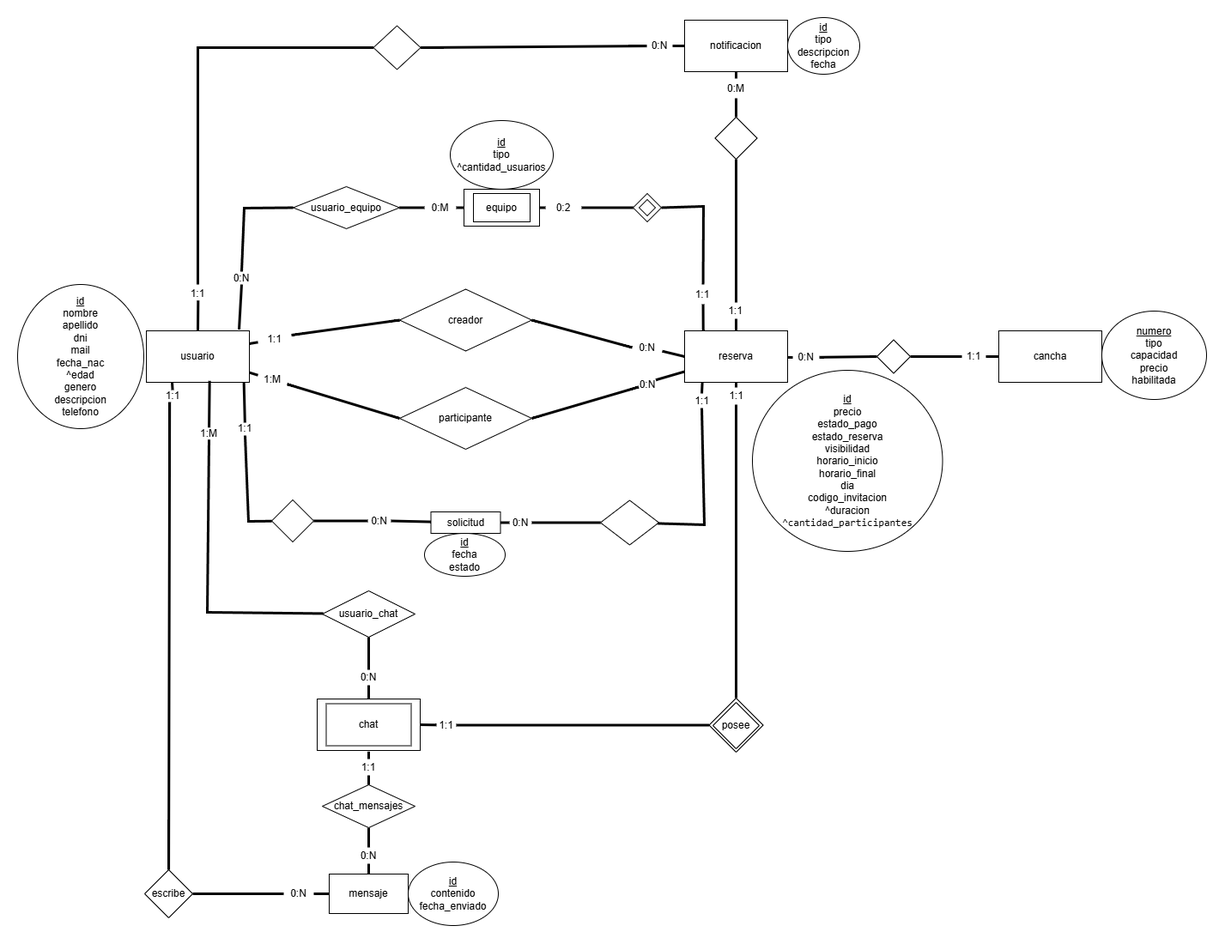
Before: MODELODDSF.png, a diagram exported from draw.io (juanpablovilla2006/Doble-Cinco). Source tidied: cells renumbered, new cells last; positions are measured from the earlier drawing's top-left corner, leaving out a move shared by most shapes.
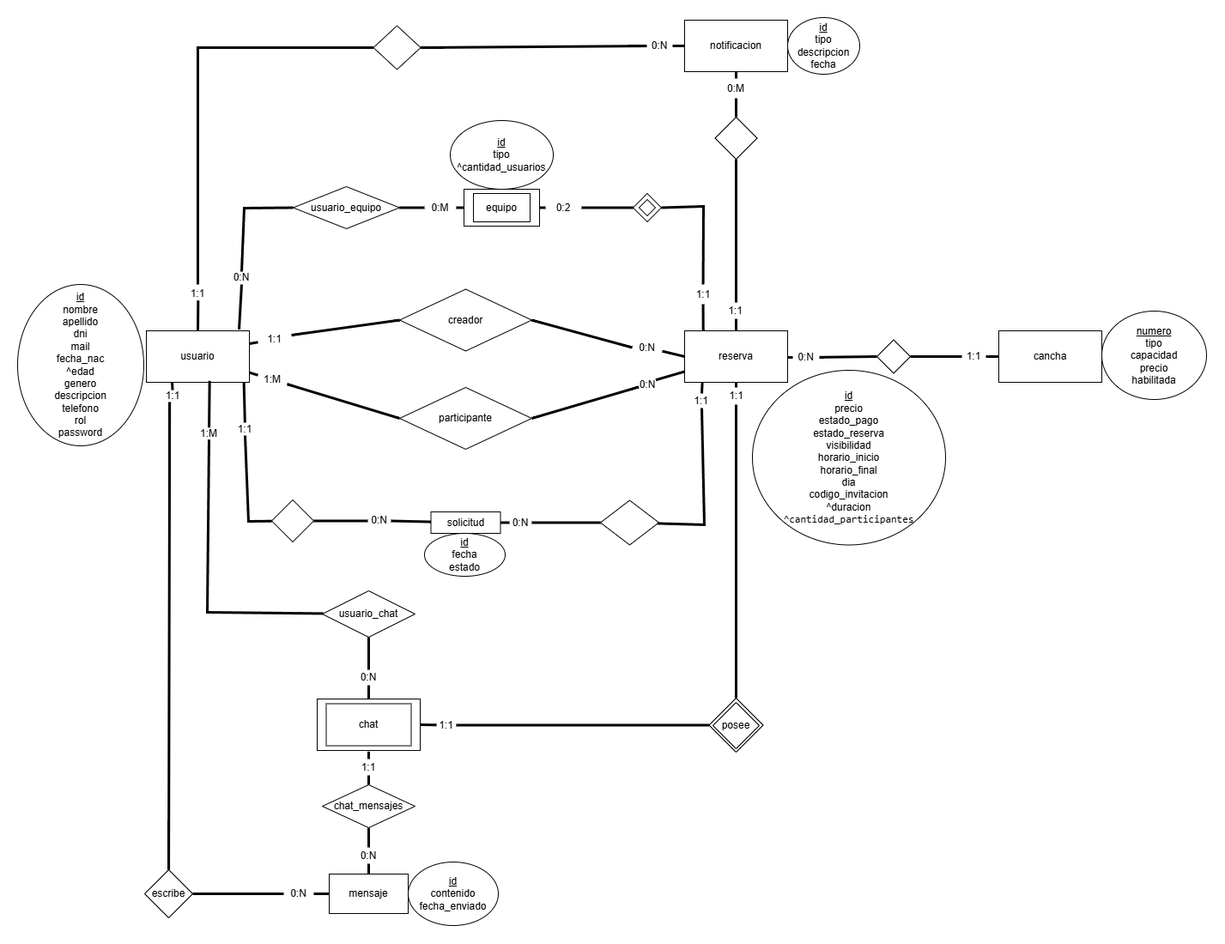
Above is the later version.

Diff of the diagram source:
```diff
@@ -71,8 +71,8 @@
     <mxCell id="10" value="usuario" style="rounded=0;whiteSpace=wrap;html=1;" parent="1" vertex="1">
       <mxGeometry x="639" y="365" width="120" height="60" as="geometry" />
     </mxCell>
-    <mxCell id="11" value="&lt;u&gt;id&lt;/u&gt;&lt;br&gt;nombre&lt;div&gt;apellido&lt;/div&gt;&lt;div&gt;dni&lt;/div&gt;&lt;div&gt;mail&lt;/div&gt;&lt;div&gt;fecha_nac&lt;/div&gt;&lt;div&gt;^edad&lt;/div&gt;&lt;div&gt;genero&lt;/div&gt;&lt;div&gt;descripcion&lt;/div&gt;&lt;div&gt;telefono&lt;/div&gt;" style="ellipse;whiteSpace=wrap;html=1;" parent="1" vertex="1">
-      <mxGeometry x="489" y="311" width="147" height="168" as="geometry" />
+    <mxCell id="11" value="&lt;u&gt;id&lt;/u&gt;&lt;br&gt;nombre&lt;div&gt;apellido&lt;/div&gt;&lt;div&gt;dni&lt;/div&gt;&lt;div&gt;mail&lt;/div&gt;&lt;div&gt;fecha_nac&lt;/div&gt;&lt;div&gt;^edad&lt;/div&gt;&lt;div&gt;genero&lt;/div&gt;&lt;div&gt;descripcion&lt;/div&gt;&lt;div&gt;telefono&lt;/div&gt;&lt;div&gt;rol&lt;/div&gt;&lt;div&gt;password&lt;/div&gt;" style="ellipse;whiteSpace=wrap;html=1;" parent="1" vertex="1">
+      <mxGeometry x="489" y="311" width="147" height="188" as="geometry" />
     </mxCell>
     <mxCell id="12" style="edgeStyle=none;curved=1;rounded=0;jettySize=auto;html=1;entryX=1;entryY=0.5;entryDx=0;entryDy=0;fontSize=12;startSize=8;endSize=8;strokeWidth=3;endArrow=none;endFill=0;" parent="1" edge="1" source="89" target="18">
       <mxGeometry relative="1" as="geometry" />
@@ -90,7 +90,7 @@
       <mxGeometry x="1266" y="365" width="120" height="60" as="geometry" />
     </mxCell>
     <mxCell id="17" value="&lt;u&gt;id&lt;/u&gt;&lt;br&gt;precio&lt;div&gt;estado_pago&lt;/div&gt;&lt;div&gt;estado_reserva&lt;/div&gt;&lt;div&gt;visibilidad&lt;/div&gt;&lt;div&gt;horario_inicio&lt;/div&gt;&lt;div&gt;horario_final&lt;/div&gt;&lt;div&gt;dia&lt;/div&gt;&lt;div&gt;codigo_invitacion&lt;/div&gt;&lt;div&gt;^duracion&lt;/div&gt;&lt;div&gt;&lt;code&gt;^cantidad_participantes&lt;/code&gt;&lt;/div&gt;" style="ellipse;whiteSpace=wrap;html=1;" parent="1" vertex="1">
-      <mxGeometry x="1345" y="411" width="221.5" height="211" as="geometry" />
+      <mxGeometry x="1345" y="411" width="225" height="203.5" as="geometry" />
     </mxCell>
     <mxCell id="18" value="participante" style="rhombus;whiteSpace=wrap;html=1;" parent="1" vertex="1">
       <mxGeometry x="934" y="431" width="154" height="72" as="geometry" />
```
